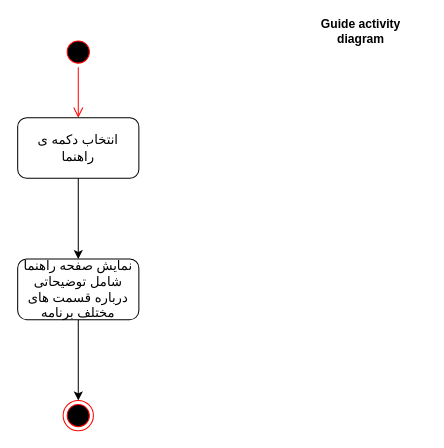
The draw.io diagram Docs./ActivityDiagram-Guide.drawio in ShadiMe-flutter/Workout, before the edit. Source tidied: cells renumbered, new cells numbered last; positions are measured from the earlier drawing's top-left corner, leaving out a move shared by most shapes. Both pictures are drawn from the tidied source at 101%, with x=0, y=0 at pixel (17, 26).
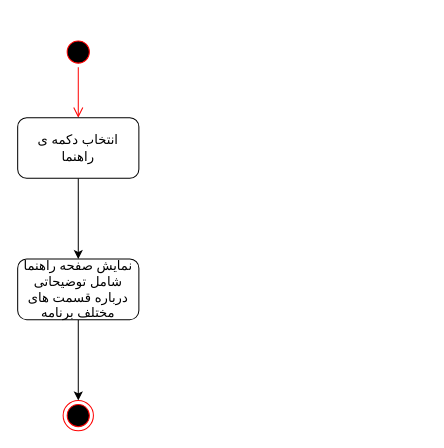
The same diagram, later.

The edit, as a diff of the source:
```diff
@@
 <mxGraphModel>
   <root>
     <mxCell id="0" />
     <mxCell id="1" parent="0" />
     <mxCell id="2" style="ellipse;html=1;shape=startState;fillColor=#000000;strokeColor=#ff0000;" parent="1" vertex="1">
       <mxGeometry x="45" y="10" width="30" height="30" as="geometry" />
     </mxCell>
     <mxCell id="3" style="edgeStyle=orthogonalEdgeStyle;html=1;verticalAlign=bottom;endArrow=open;endSize=8;strokeColor=#ff0000;entryX=0.5;entryY=0;entryDx=0;entryDy=0;" parent="1" edge="1" source="2" target="5">
       <mxGeometry relative="1" as="geometry" />
     </mxCell>
     <mxCell id="4" style="edgeStyle=orthogonalEdgeStyle;rounded=0;jettySize=auto;html=1;" parent="1" edge="1" source="5" target="7">
       <mxGeometry relative="1" as="geometry" />
     </mxCell>
     <mxCell id="5" value="&lt;div style=&quot;font-size: 13px&quot;&gt;&lt;font face=&quot;B Zar&quot; style=&quot;font-size: 13px&quot;&gt;انتخاب دکمه ی &lt;br&gt;&lt;/font&gt;&lt;/div&gt;&lt;div style=&quot;font-size: 13px&quot;&gt;&lt;font face=&quot;B Zar&quot; style=&quot;font-size: 13px&quot;&gt;راهنما&lt;/font&gt;&lt;br&gt;&lt;/div&gt;" style="rounded=1;whiteSpace=wrap;html=1;" parent="1" vertex="1">
       <mxGeometry y="90" width="120" height="60" as="geometry" />
     </mxCell>
     <mxCell id="6" style="edgeStyle=orthogonalEdgeStyle;rounded=0;jettySize=auto;html=1;entryX=0.5;entryY=0;entryDx=0;entryDy=0;" parent="1" edge="1" source="7" target="8">
       <mxGeometry relative="1" as="geometry" />
     </mxCell>
     <mxCell id="7" value="&lt;font face=&quot;B Zar&quot; style=&quot;font-size: 13px&quot;&gt;نمایش صفحه راهنما شامل توضیحاتی درباره قسمت های مختلف برنامه&lt;/font&gt;" style="rounded=1;whiteSpace=wrap;html=1;" parent="1" vertex="1">
       <mxGeometry y="230" width="120" height="60" as="geometry" />
     </mxCell>
     <mxCell id="8" style="ellipse;html=1;shape=endState;fillColor=#000000;strokeColor=#ff0000;" parent="1" vertex="1">
       <mxGeometry x="45" y="370" width="30" height="30" as="geometry" />
     </mxCell>
-    <mxCell id="9" value="&lt;b&gt;Guide activity diagram&lt;/b&gt;" style="text;html=1;strokeColor=none;fillColor=none;align=center;verticalAlign=middle;whiteSpace=wrap;rounded=0;" parent="1" vertex="1">
-      <mxGeometry x="275" width="130" height="10" as="geometry" />
-    </mxCell>
   </root>
 </mxGraphModel>
```
